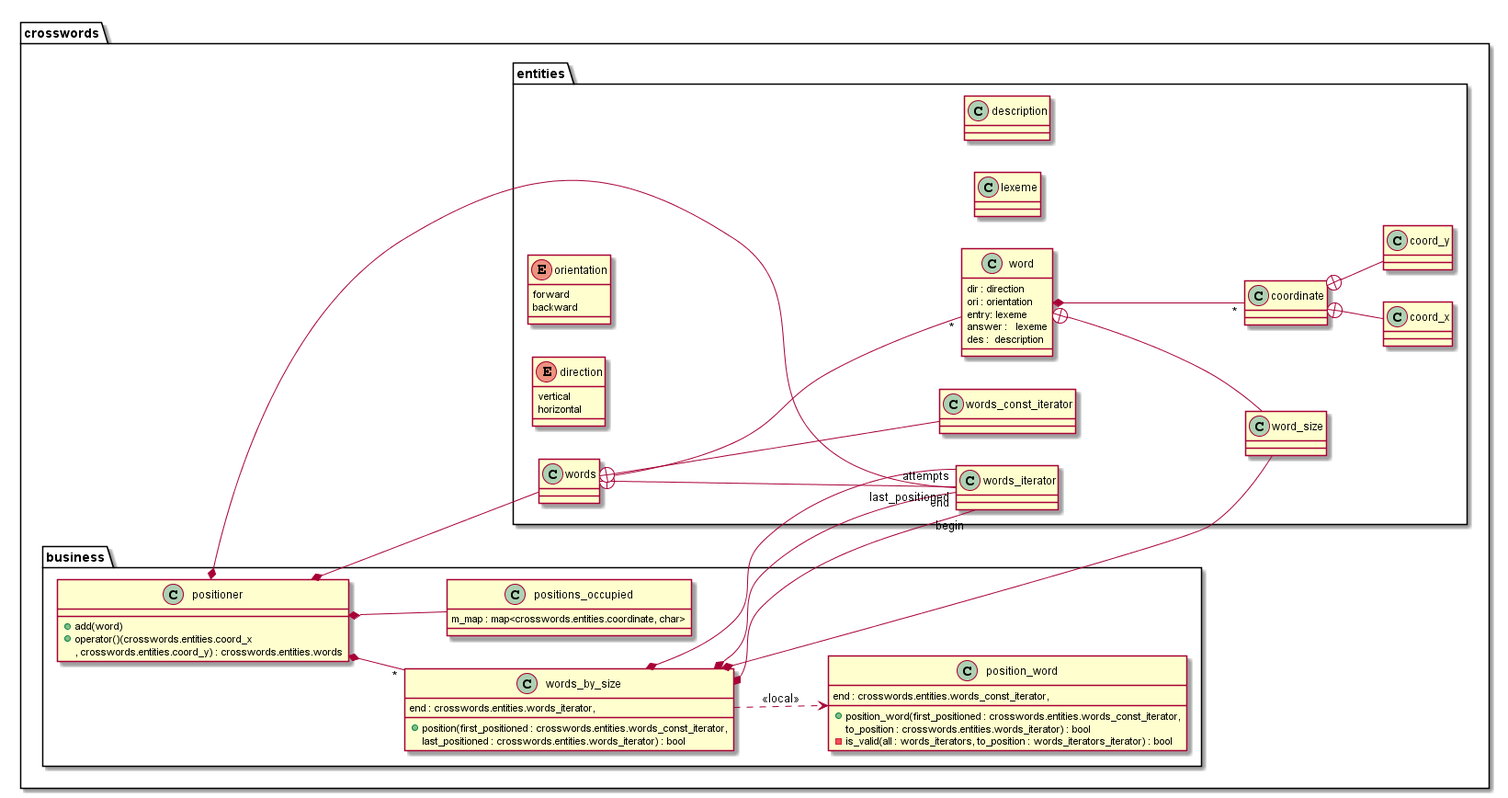
Above: code/crosswords/document/uml.png in rodrigocanellas/tenacitas (PlantUML), before the change.
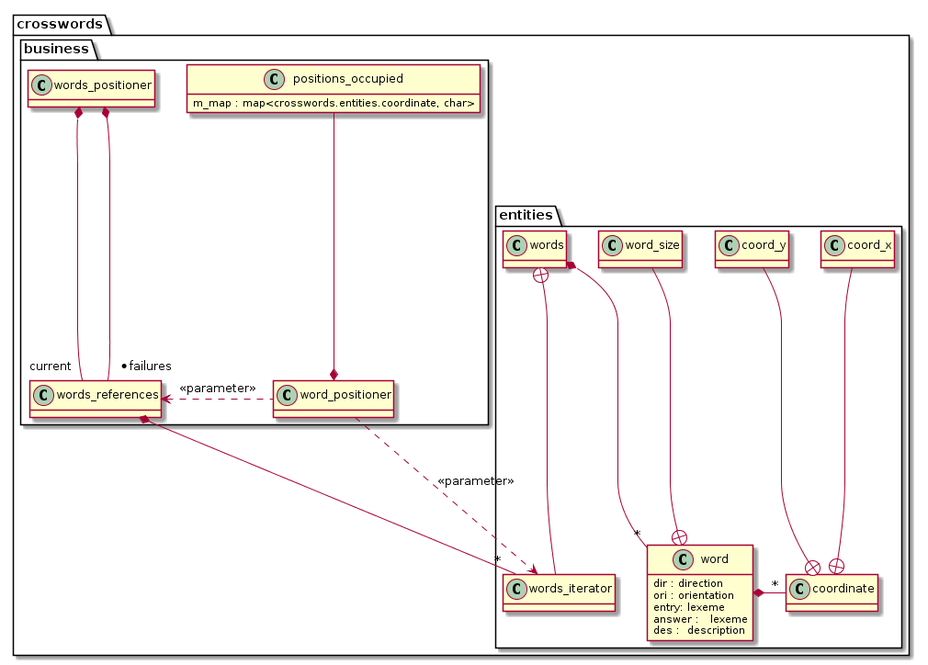
Later version of the same file.

Diff of the diagram source:
```diff
@@ -1,23 +1,10 @@
 @startuml
-left to right direction
+hide methods
+
 namespace crosswords {
 	namespace entities {
-		enum direction {
-			vertical
-			horizontal
-		}
-
-		enum orientation {
-			forward
-			backward
-		}
-
-		coordinate +-- coord_x
-		coordinate +-- coord_y
-
-		class lexeme
-		class description
-
+		coordinate +-u- coord_x
+		coordinate +-u- coord_y
 		class word {
 			dir : direction
 		 	ori : orientation
@@ -25,48 +12,26 @@
 			answer :   lexeme
 			des :  description
 		}
-		word +-- word_size
-		word *-- "*" coordinate
+		word +-u- word_size
+		word *-r- "*" coordinate
 		words *-- "*" word
 		words +-- words_iterator
-		words +-- words_const_iterator
 	}
 
 	namespace business {
-		words_by_size *-- crosswords.entities.word_size
-
-		words_by_size *-- "begin" crosswords.entities.words_iterator
-		words_by_size *-- "end" crosswords.entities.words_iterator
-
-		positioner *-- "*" words_by_size
-		positioner *-- crosswords.entities.words
-
-		class position_word {
-		+position_word(first_positioned : crosswords.entities.words_const_iterator,
-			end : crosswords.entities.words_const_iterator,
-			to_position : crosswords.entities.words_iterator) : bool
-		- is_valid(all : words_iterators, to_position : words_iterators_iterator) : bool
+		class words_positioner {
+			+ add(word)
+   			+ operator()(crosswords.entities.coord_x, crosswords.entities.coord_y) : crosswords.entities.words
 		}
-
-		class positioner {
-		+ add(word)
-   		+ operator()(crosswords.entities.coord_x
-			, crosswords.entities.coord_y) : crosswords.entities.words
+		class positions_occupied {
+			m_map : map<crosswords.entities.coordinate, char>
 		}
-
-		words_by_size ..> position_word : <<local>>
-		class words_by_size {
-		+ position(first_positioned : crosswords.entities.words_const_iterator,
-			end : crosswords.entities.words_iterator,
-			last_positioned : crosswords.entities.words_iterator) : bool
-		}
-		words_by_size *-- "attempts" crosswords.entities.words_iterator
-		positioner *-- "last_positioned" crosswords.entities.words_iterator
-
-		class positions_occupied {
-		m_map : map<crosswords.entities.coordinate, char>
-		}
-		positioner *-- positions_occupied
+		word_positioner *-u- positions_occupied
+		words_references *-- "*" crosswords.entities.words_iterator
+		word_positioner .l.> words_references : <<parameter>>
+		word_positioner ..>crosswords.entities.words_iterator : <<parameter>>
+		words_positioner *-d- "current" words_references
+		words_positioner *-- "* failures" words_references
 
 	}
 }
```
